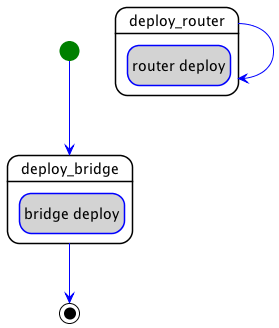
Earlier version of the PlantUML export examples/tosca-community-contributions/diagrams/uml2/examples-1.3-turandot-telephony-network-service-simple-data-plane-simple-data-plane-declarative_deploy-workflow-diagram.png (Orange-OpenSource/Cloudnet-TOSCA-toolbox). The source it was exported from:
```plantuml
@startuml
hide empty description
skinparam shadowing false
skinparam state {
  ArrowColor blue
  BorderColor blue
  EndColor black
  StartColor green
  BackGroundColor<< step >> white
  BorderColor<< step >> black
  BackGroundColor<< delegate >> lightgrey
  BackGroundColor<< set_state >> white
  BackGroundColor<< call_operation >> lightblue
  BackGroundColor<< inline >> white
}
skinparam ActivityBarColor<<fork>> DarkGreen
skinparam ActivityBarColor<<join>> DarkOrange

state "deploy_router" as step_declarative_deploy_deploy_router << step >> {
  state "router deploy" as step_declarative_deploy_deploy_router_router_deploy << delegate >>
}
state "deploy_bridge" as step_declarative_deploy_deploy_bridge << step >> {
  state "bridge deploy" as step_declarative_deploy_deploy_bridge_bridge_deploy << delegate >>
}
step_declarative_deploy_deploy_router --> step_declarative_deploy_deploy_router
[*] --> step_declarative_deploy_deploy_bridge
step_declarative_deploy_deploy_bridge --> [*]
@enduml
```
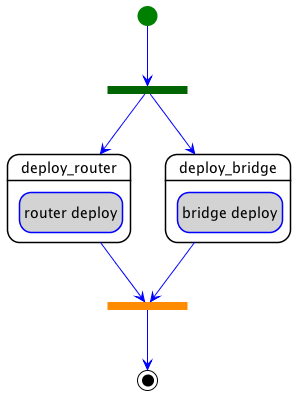
The same diagram one commit later.

The edit, as a diff of the source:
```diff
@@ -22,7 +22,12 @@
 state "deploy_bridge" as step_declarative_deploy_deploy_bridge << step >> {
   state "bridge deploy" as step_declarative_deploy_deploy_bridge_bridge_deploy << delegate >>
 }
-step_declarative_deploy_deploy_router --> step_declarative_deploy_deploy_router
-[*] --> step_declarative_deploy_deploy_bridge
-step_declarative_deploy_deploy_bridge --> [*]
+state declarative_deploy_fork <<fork>>
+[*] --> declarative_deploy_fork
+declarative_deploy_fork --> step_declarative_deploy_deploy_router
+declarative_deploy_fork --> step_declarative_deploy_deploy_bridge
+state declarative_deploy_join <<join>>
+declarative_deploy_join --> [*]
+step_declarative_deploy_deploy_router --> declarative_deploy_join
+step_declarative_deploy_deploy_bridge --> declarative_deploy_join
 @enduml
```
